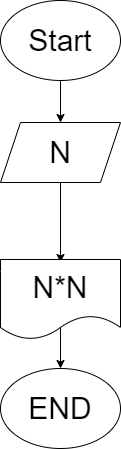
The draw.io diagram Seminar/Seminar_01/Ex001/diagram.drawio.png in mrDEVGRU/CsharpSeminarProject, before a commit. Source tidied: cells renumbered, new cells last; positions are measured from the earlier drawing's top-left corner, leaving out a move shared by most shapes. The source it was exported from:
```xml
<mxGraphModel>
  <root>
    <mxCell id="0" />
    <mxCell id="1" parent="0" />
    <mxCell id="2" style="edgeStyle=none;html=1;fontSize=30;" parent="1" edge="1" source="3" target="5">
      <mxGeometry relative="1" as="geometry" />
    </mxCell>
    <mxCell id="3" value="&lt;font style=&quot;font-size: 30px;&quot;&gt;Start&lt;/font&gt;" style="ellipse;whiteSpace=wrap;html=1;" parent="1" vertex="1">
      <mxGeometry width="120" height="80" as="geometry" />
    </mxCell>
    <mxCell id="4" style="edgeStyle=none;html=1;fontSize=30;" parent="1" edge="1" source="5">
      <mxGeometry relative="1" as="geometry">
        <mxPoint x="60" y="262" as="targetPoint" />
      </mxGeometry>
    </mxCell>
    <mxCell id="5" value="&lt;font style=&quot;font-size: 30px;&quot;&gt;N&lt;/font&gt;" style="shape=parallelogram;perimeter=parallelogramPerimeter;whiteSpace=wrap;html=1;fixedSize=1;" parent="1" vertex="1">
      <mxGeometry y="122" width="120" height="60" as="geometry" />
    </mxCell>
    <mxCell id="6" style="edgeStyle=none;html=1;fontSize=30;" parent="1" edge="1" target="7">
      <mxGeometry relative="1" as="geometry">
        <mxPoint x="60" y="322" as="sourcePoint" />
      </mxGeometry>
    </mxCell>
    <mxCell id="7" value="END" style="ellipse;whiteSpace=wrap;html=1;fontSize=30;" parent="1" vertex="1">
      <mxGeometry y="368" width="120" height="80" as="geometry" />
    </mxCell>
    <mxCell id="8" value="N*N" style="shape=document;whiteSpace=wrap;html=1;boundedLbl=1;fontSize=30;" parent="1" vertex="1">
      <mxGeometry y="259" width="120" height="80" as="geometry" />
    </mxCell>
  </root>
</mxGraphModel>
```
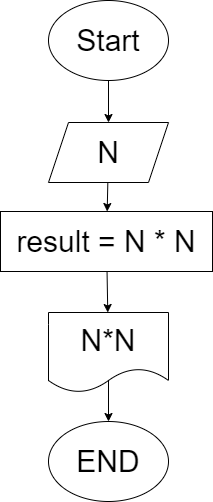
Above is the later version.

Commit message:
Задача 1 решена

What changed in the source:
```diff
@@ -8,24 +8,28 @@
     <mxCell id="3" value="&lt;font style=&quot;font-size: 30px;&quot;&gt;Start&lt;/font&gt;" style="ellipse;whiteSpace=wrap;html=1;" parent="1" vertex="1">
       <mxGeometry width="120" height="80" as="geometry" />
     </mxCell>
-    <mxCell id="4" style="edgeStyle=none;html=1;fontSize=30;" parent="1" edge="1" source="5">
-      <mxGeometry relative="1" as="geometry">
-        <mxPoint x="60" y="262" as="targetPoint" />
-      </mxGeometry>
-    </mxCell>
+    <mxCell id="9" style="edgeStyle=none;html=1;fontSize=30;" parent="1" edge="1" source="5" target="11">
+      <mxGeometry relative="1" as="geometry" />
+    </mxCell>
     <mxCell id="5" value="&lt;font style=&quot;font-size: 30px;&quot;&gt;N&lt;/font&gt;" style="shape=parallelogram;perimeter=parallelogramPerimeter;whiteSpace=wrap;html=1;fixedSize=1;" parent="1" vertex="1">
       <mxGeometry y="122" width="120" height="60" as="geometry" />
     </mxCell>
     <mxCell id="6" style="edgeStyle=none;html=1;fontSize=30;" parent="1" edge="1" target="7">
       <mxGeometry relative="1" as="geometry">
-        <mxPoint x="60" y="322" as="sourcePoint" />
+        <mxPoint x="60" y="375" as="sourcePoint" />
       </mxGeometry>
     </mxCell>
     <mxCell id="7" value="END" style="ellipse;whiteSpace=wrap;html=1;fontSize=30;" parent="1" vertex="1">
-      <mxGeometry y="368" width="120" height="80" as="geometry" />
+      <mxGeometry y="421" width="120" height="80" as="geometry" />
     </mxCell>
     <mxCell id="8" value="N*N" style="shape=document;whiteSpace=wrap;html=1;boundedLbl=1;fontSize=30;" parent="1" vertex="1">
-      <mxGeometry y="259" width="120" height="80" as="geometry" />
+      <mxGeometry y="312" width="120" height="80" as="geometry" />
     </mxCell>
+    <mxCell id="10" style="edgeStyle=none;html=1;fontSize=30;" parent="1" edge="1" source="11" target="8">
+      <mxGeometry relative="1" as="geometry" />
+    </mxCell>
+    <mxCell id="11" value="&lt;font style=&quot;font-size: 30px;&quot;&gt;result = N * N&lt;/font&gt;" style="whiteSpace=wrap;html=1;" parent="1" vertex="1">
+      <mxGeometry x="-48" y="211" width="212" height="60" as="geometry" />
+    </mxCell>
   </root>
 </mxGraphModel>
```
